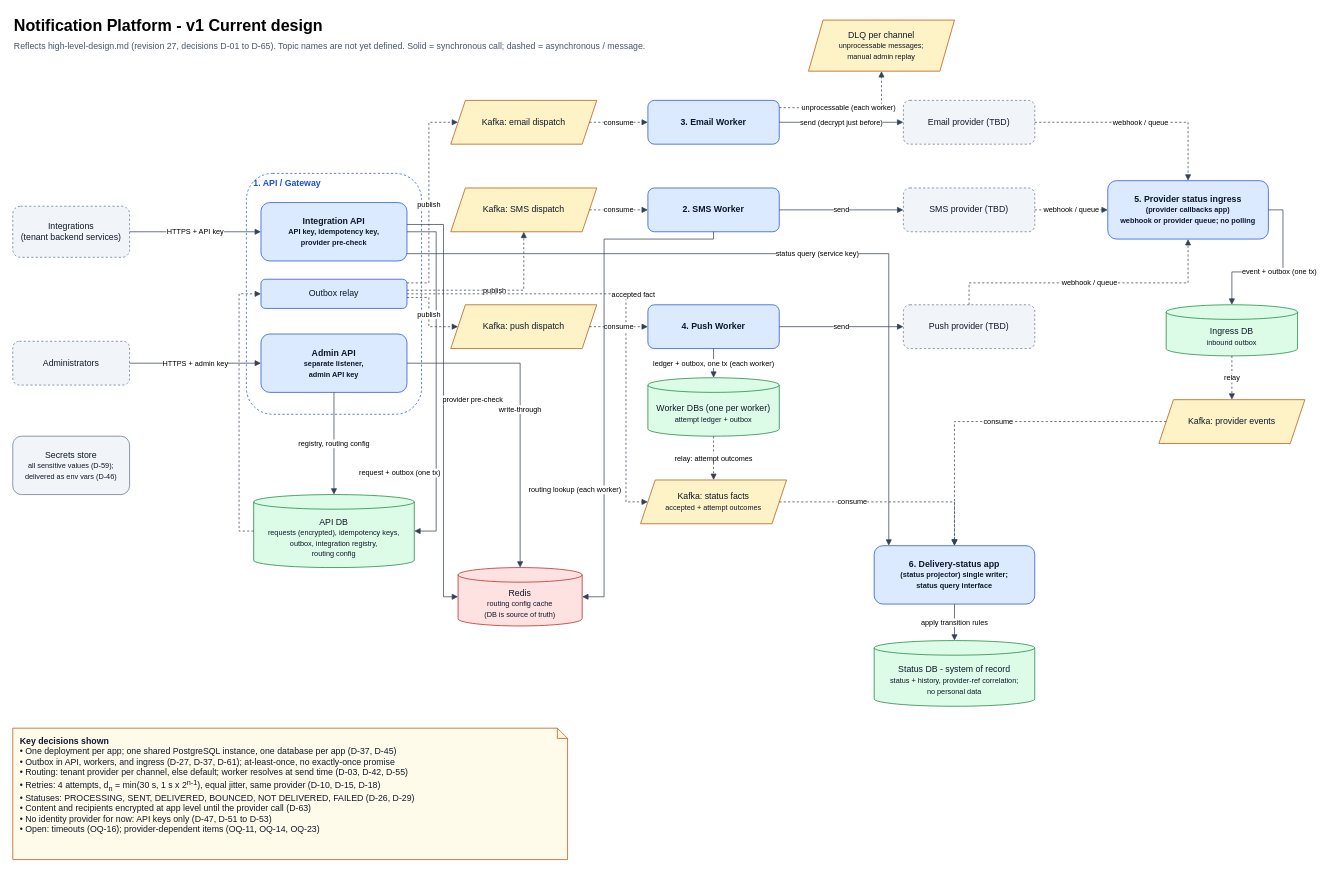
Above: page "v1 - Current design" (1 of 2) of docs/architecture/notification-service/diagrams/notification-platform-hld.drawio in gcmercante/notification-service (draw.io), before the change. Source tidied: cells renumbered, new cells numbered last; positions are measured from the earlier drawing's top-left corner, leaving out a move shared by most shapes. Both pictures are drawn from the tidied source at 73%, with x=0, y=0 at pixel (12, 12).
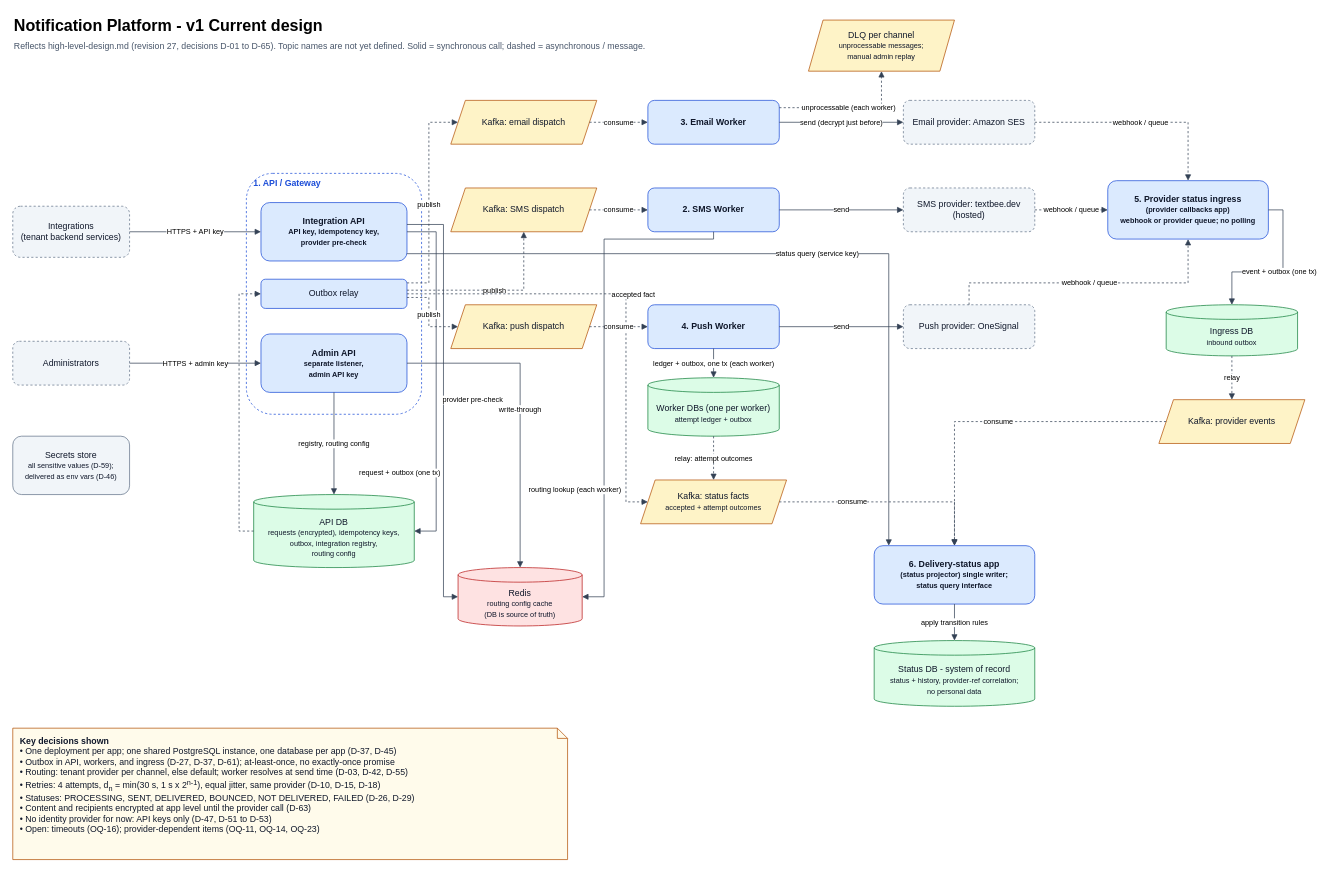
The same diagram, later.

Commit message (it also covers changes not shown here):
docs(architecture): record provider selection in D-70 to D-72

What changed in the source:
```diff
@@
-    <mxCell id="21" value="Email provider (TBD)" style="rounded=1;whiteSpace=wrap;html=1;fillColor=#f1f5f9;strokeColor=#64748b;fontColor=#0f172a;dashed=1;" parent="1" vertex="1">
+    <mxCell id="21" value="Email provider: Amazon SES" style="rounded=1;whiteSpace=wrap;html=1;fillColor=#f1f5f9;strokeColor=#64748b;fontColor=#0f172a;dashed=1;" parent="1" vertex="1">
       <mxGeometry x="1220" y="120" width="180" height="60" as="geometry" />
     </mxCell>
-    <mxCell id="22" value="SMS provider (TBD)" style="rounded=1;whiteSpace=wrap;html=1;fillColor=#f1f5f9;strokeColor=#64748b;fontColor=#0f172a;dashed=1;" parent="1" vertex="1">
+    <mxCell id="22" value="SMS provider: textbee.dev (hosted)" style="rounded=1;whiteSpace=wrap;html=1;fillColor=#f1f5f9;strokeColor=#64748b;fontColor=#0f172a;dashed=1;" parent="1" vertex="1">
       <mxGeometry x="1220" y="240" width="180" height="60" as="geometry" />
     </mxCell>
-    <mxCell id="23" value="Push provider (TBD)" style="rounded=1;whiteSpace=wrap;html=1;fillColor=#f1f5f9;strokeColor=#64748b;fontColor=#0f172a;dashed=1;" parent="1" vertex="1">
+    <mxCell id="23" value="Push provider: OneSignal" style="rounded=1;whiteSpace=wrap;html=1;fillColor=#f1f5f9;strokeColor=#64748b;fontColor=#0f172a;dashed=1;" parent="1" vertex="1">
       <mxGeometry x="1220" y="400" width="180" height="60" as="geometry" />
     </mxCell>
```
